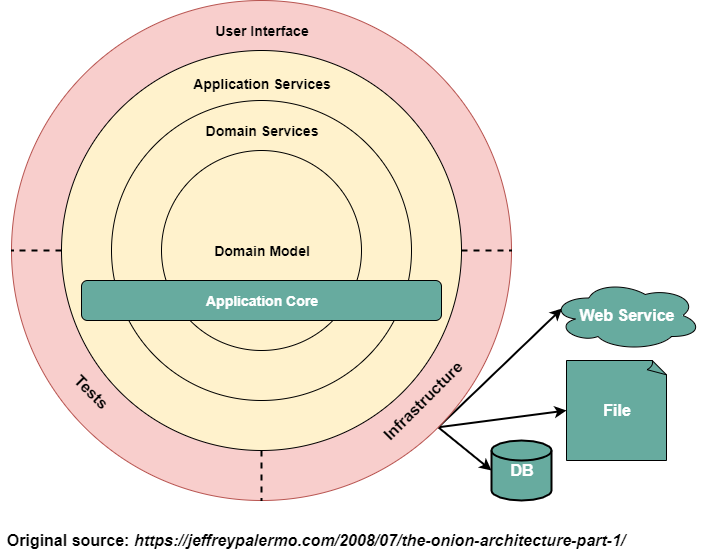
phongnguyend/Practical.CleanArchitecture keeps this draw.io diagram as docs/imgs/onion-architecture.png. Above is the earlier version. Source tidied: cells renumbered, new cells last; positions are measured from the earlier drawing's top-left corner, leaving out a move shared by most shapes.
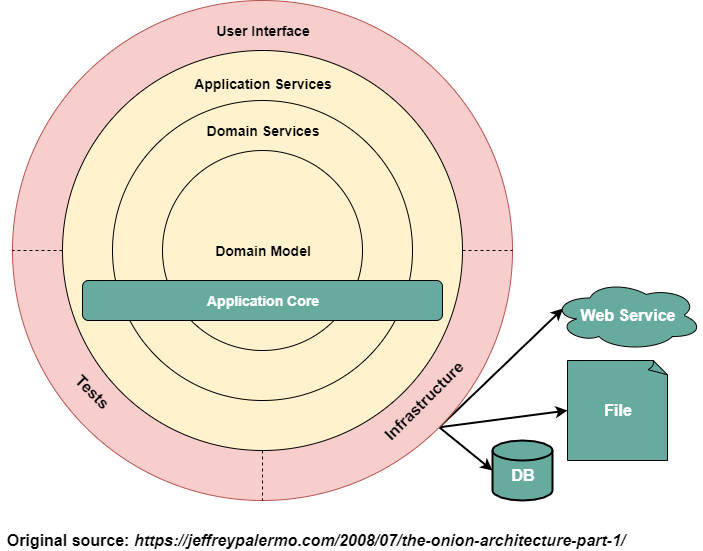
Later version of the same file.

Change to the diagram source:
```diff
@@ -14,13 +14,13 @@
     <mxCell id="5" style="ellipse;whiteSpace=wrap;html=1;fillColor=#f8cecc;strokeColor=#b85450;" parent="1" vertex="1">
       <mxGeometry x="11" width="500" height="500" as="geometry" />
     </mxCell>
-    <mxCell id="6" style="rounded=0;jettySize=auto;html=1;exitX=0;exitY=0.5;exitDx=0;exitDy=0;endArrow=none;endFill=0;dashed=1;entryX=0;entryY=0.5;entryDx=0;entryDy=0;fontStyle=1;strokeWidth=2;" parent="1" edge="1" source="9" target="5">
+    <mxCell id="6" style="rounded=0;jettySize=auto;html=1;exitX=0;exitY=0.5;exitDx=0;exitDy=0;endArrow=none;endFill=0;dashed=1;entryX=0;entryY=0.5;entryDx=0;entryDy=0;fontStyle=1;strokeWidth=1;" parent="1" edge="1" source="9" target="5">
       <mxGeometry relative="1" as="geometry" />
     </mxCell>
-    <mxCell id="7" style="edgeStyle=none;rounded=0;jettySize=auto;html=1;exitX=0.5;exitY=1;exitDx=0;exitDy=0;dashed=1;endArrow=none;endFill=0;strokeWidth=2;" parent="1" edge="1" source="9" target="5">
+    <mxCell id="7" style="edgeStyle=none;rounded=0;jettySize=auto;html=1;exitX=0.5;exitY=1;exitDx=0;exitDy=0;dashed=1;endArrow=none;endFill=0;strokeWidth=1;" parent="1" edge="1" source="9" target="5">
       <mxGeometry relative="1" as="geometry" />
     </mxCell>
-    <mxCell id="8" style="edgeStyle=none;rounded=0;jettySize=auto;html=1;exitX=1;exitY=0.5;exitDx=0;exitDy=0;dashed=1;endArrow=none;endFill=0;strokeWidth=2;" parent="1" edge="1" source="9" target="5">
+    <mxCell id="8" style="edgeStyle=none;rounded=0;jettySize=auto;html=1;exitX=1;exitY=0.5;exitDx=0;exitDy=0;dashed=1;endArrow=none;endFill=0;strokeWidth=1;" parent="1" edge="1" source="9" target="5">
       <mxGeometry relative="1" as="geometry" />
     </mxCell>
     <mxCell id="9" style="ellipse;whiteSpace=wrap;html=1;fillColor=#FFF2CC;" parent="1" vertex="1">
@@ -51,9 +51,9 @@
       <mxGeometry x="81" y="280" width="360" height="40" as="geometry" />
     </mxCell>
     <mxCell id="18" value="Original source:&amp;nbsp;&lt;i&gt;https://jeffreypalermo.com/2008/07/the-onion-architecture-part-1/&lt;/i&gt;" style="text;html=1;strokeColor=none;fillColor=none;align=center;verticalAlign=middle;whiteSpace=wrap;rounded=0;fontSize=16;fontColor=#000000;fontStyle=1;" parent="1" vertex="1">
-      <mxGeometry y="530" width="630" height="20" as="geometry" />
+      <mxGeometry x="-1" y="530" width="630" height="20" as="geometry" />
     </mxCell>
-    <mxCell id="19" value="DB" style="strokeWidth=2;html=1;shape=mxgraph.flowchart.database;whiteSpace=wrap;fillColor=#67AB9F;fontSize=16;fontColor=#FFFFFF;fontStyle=1;" parent="1" vertex="1">
+    <mxCell id="19" value="DB" style="strokeWidth=2;html=1;shape=mxgraph.flowchart.database;whiteSpace=wrap;fillColor=#67AB9F;fontSize=16;fontColor=#FFFFFF;fontStyle=1;spacingTop=10;" parent="1" vertex="1">
       <mxGeometry x="491" y="440" width="60" height="60" as="geometry" />
     </mxCell>
     <mxCell id="20" value="File" style="whiteSpace=wrap;html=1;shape=mxgraph.basic.document;fillColor=#67AB9F;fontSize=16;fontColor=#FFFFFF;fontStyle=1;" parent="1" vertex="1">
```
